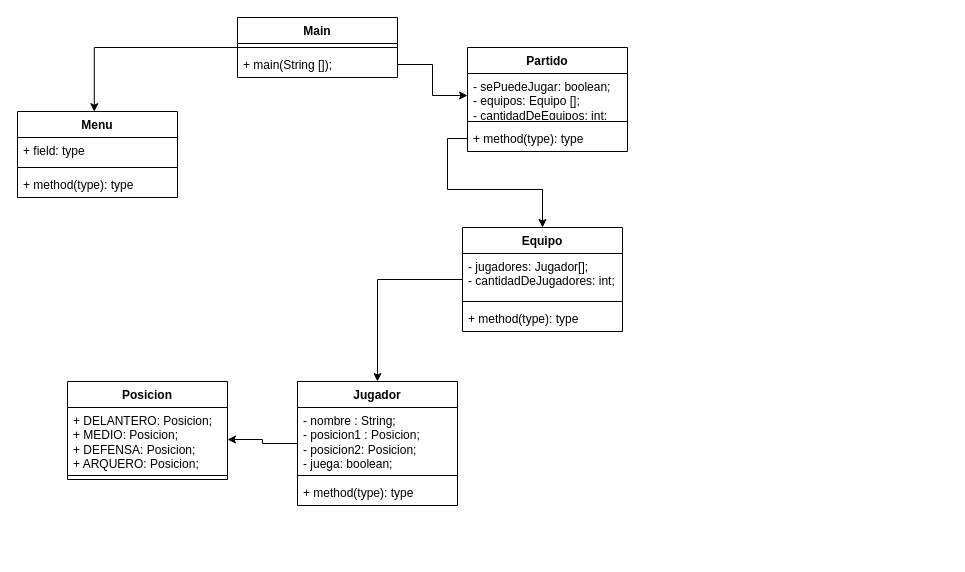
This is Futbol/SistDeGestionPartidosDeLosJueves.drawio from LucasBudnik/TL2_EXTRA, a draw.io file, before an edit. Source tidied: cells renumbered, new cells numbered last; positions are measured from the earlier drawing's top-left corner, leaving out a move shared by most shapes. Both pictures are drawn from the tidied source at 100%, with x=0, y=0 at pixel (17, 17).
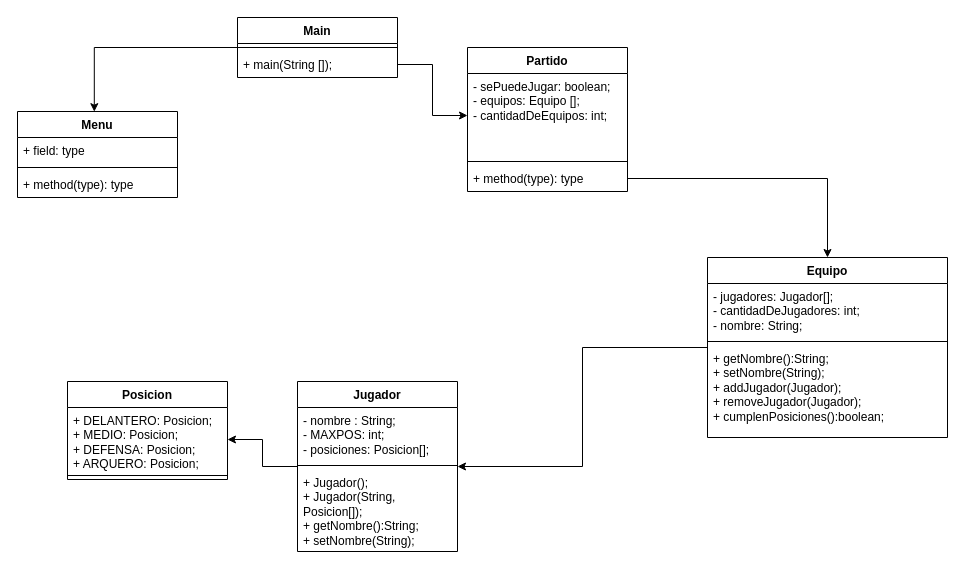
The same diagram, later.

The edit, as a diff of the source:
```diff
@@
     <mxCell id="9" value="Partido" style="swimlane;fontStyle=1;align=center;verticalAlign=top;horizontal=1;startSize=26;whiteSpace=wrap;html=1;" parent="1" vertex="1">
-      <mxGeometry x="450" y="30" width="160" height="104" as="geometry" />
+      <mxGeometry x="450" y="30" width="160" height="144" as="geometry" />
     </mxCell>
     <mxCell id="10" value="- sePuedeJugar: boolean;&lt;br&gt;- equipos: Equipo [];&lt;br&gt;- cantidadDeEquipos: int;" style="text;strokeColor=none;fillColor=none;align=left;verticalAlign=top;spacingLeft=4;spacingRight=4;overflow=hidden;points=[[0,0.5],[1,0.5]];portConstraint=eastwest;whiteSpace=wrap;html=1;" parent="9" vertex="1">
-      <mxGeometry y="26" width="160" height="44" as="geometry" />
+      <mxGeometry y="26" width="160" height="84" as="geometry" />
     </mxCell>
     <mxCell id="11" style="line;strokeWidth=1;fillColor=none;align=left;verticalAlign=middle;spacingTop=-1;spacingLeft=3;spacingRight=3;labelPosition=right;strokeColor=inherit;" parent="9" vertex="1">
-      <mxGeometry y="70" width="160" height="8" as="geometry" />
+      <mxGeometry y="110" width="160" height="8" as="geometry" />
     </mxCell>
     <mxCell id="12" value="+ method(type): type" style="text;strokeColor=none;fillColor=none;align=left;verticalAlign=top;spacingLeft=4;spacingRight=4;overflow=hidden;points=[[0,0.5],[1,0.5]];portConstraint=eastwest;whiteSpace=wrap;html=1;" parent="9" vertex="1">
-      <mxGeometry y="78" width="160" height="26" as="geometry" />
+      <mxGeometry y="118" width="160" height="26" as="geometry" />
     </mxCell>
@@
     <mxCell id="14" value="Equipo" style="swimlane;fontStyle=1;align=center;verticalAlign=top;horizontal=1;startSize=26;whiteSpace=wrap;html=1;" parent="1" vertex="1">
-      <mxGeometry x="445" y="210" width="160" height="104" as="geometry" />
+      <mxGeometry x="690" y="240" width="240" height="180" as="geometry" />
     </mxCell>
-    <mxCell id="15" value="- jugadores: Jugador[];&lt;br&gt;- cantidadDeJugadores: int;" style="text;strokeColor=none;fillColor=none;align=left;verticalAlign=top;spacingLeft=4;spacingRight=4;overflow=hidden;whiteSpace=wrap;html=1;" parent="14" vertex="1">
-      <mxGeometry y="26" width="160" height="44" as="geometry" />
+    <mxCell id="15" value="- jugadores: Jugador[];&lt;br&gt;- cantidadDeJugadores: int;&lt;br&gt;- nombre: String;" style="text;strokeColor=none;fillColor=none;align=left;verticalAlign=top;spacingLeft=4;spacingRight=4;overflow=hidden;whiteSpace=wrap;html=1;" parent="14" vertex="1">
+      <mxGeometry y="26" width="240" height="54" as="geometry" />
     </mxCell>
     <mxCell id="16" style="line;strokeWidth=1;fillColor=none;align=left;verticalAlign=middle;spacingTop=-1;spacingLeft=3;spacingRight=3;labelPosition=right;strokeColor=inherit;" parent="14" vertex="1">
-      <mxGeometry y="70" width="160" height="8" as="geometry" />
+      <mxGeometry y="80" width="240" height="8" as="geometry" />
     </mxCell>
-    <mxCell id="17" value="+ method(type): type" style="text;strokeColor=none;fillColor=none;align=left;verticalAlign=top;spacingLeft=4;spacingRight=4;overflow=hidden;whiteSpace=wrap;html=1;" parent="14" vertex="1">
-      <mxGeometry y="78" width="160" height="26" as="geometry" />
+    <mxCell id="17" value="+ getNombre():String;&lt;br&gt;+ setNombre(String);&lt;div&gt;+ addJugador(Jugador);&lt;/div&gt;&lt;div&gt;+ removeJugador(Jugador);&lt;/div&gt;&lt;div&gt;+ cumplenPosiciones():boolean;&lt;br&gt;&lt;/div&gt;" style="text;strokeColor=none;fillColor=none;align=left;verticalAlign=top;spacingLeft=4;spacingRight=4;overflow=hidden;whiteSpace=wrap;html=1;" parent="14" vertex="1">
+      <mxGeometry y="88" width="240" height="92" as="geometry" />
     </mxCell>
@@
     <mxCell id="19" value="Jugador" style="swimlane;fontStyle=1;align=center;verticalAlign=top;horizontal=1;startSize=26;whiteSpace=wrap;html=1;" parent="1" vertex="1">
-      <mxGeometry x="280" y="364" width="160" height="124" as="geometry" />
+      <mxGeometry x="280" y="364" width="160" height="170" as="geometry" />
     </mxCell>
-    <mxCell id="20" value="- nombre : String;&lt;br&gt;- posicion1 : Posicion;&lt;br&gt;- posicion2: Posicion;&lt;br&gt;- juega: boolean;" style="text;strokeColor=none;fillColor=none;align=left;verticalAlign=top;spacingLeft=4;spacingRight=4;overflow=hidden;whiteSpace=wrap;html=1;" parent="19" vertex="1">
-      <mxGeometry y="26" width="160" height="64" as="geometry" />
+    <mxCell id="20" value="- nombre : String;&lt;br&gt;- MAXPOS: int;&lt;br&gt;- posiciones: Posicion[];" style="text;strokeColor=none;fillColor=none;align=left;verticalAlign=top;spacingLeft=4;spacingRight=4;overflow=hidden;whiteSpace=wrap;html=1;" parent="19" vertex="1">
+      <mxGeometry y="26" width="160" height="54" as="geometry" />
     </mxCell>
     <mxCell id="21" style="line;strokeWidth=1;fillColor=none;align=left;verticalAlign=middle;spacingTop=-1;spacingLeft=3;spacingRight=3;labelPosition=right;strokeColor=inherit;" parent="19" vertex="1">
-      <mxGeometry y="90" width="160" height="8" as="geometry" />
+      <mxGeometry y="80" width="160" height="8" as="geometry" />
     </mxCell>
-    <mxCell id="22" value="+ method(type): type" style="text;strokeColor=none;fillColor=none;align=left;verticalAlign=top;spacingLeft=4;spacingRight=4;overflow=hidden;whiteSpace=wrap;html=1;" parent="19" vertex="1">
-      <mxGeometry y="98" width="160" height="26" as="geometry" />
+    <mxCell id="22" value="+ Jugador();&lt;br&gt;+ Jugador(String, Posicion[]);&lt;div&gt;+ getNombre():String;&lt;/div&gt;&lt;div&gt;+ setNombre(String);&lt;br&gt;&lt;/div&gt;" style="text;strokeColor=none;fillColor=none;align=left;verticalAlign=top;spacingLeft=4;spacingRight=4;overflow=hidden;whiteSpace=wrap;html=1;" parent="19" vertex="1">
+      <mxGeometry y="88" width="160" height="82" as="geometry" />
     </mxCell>
```
